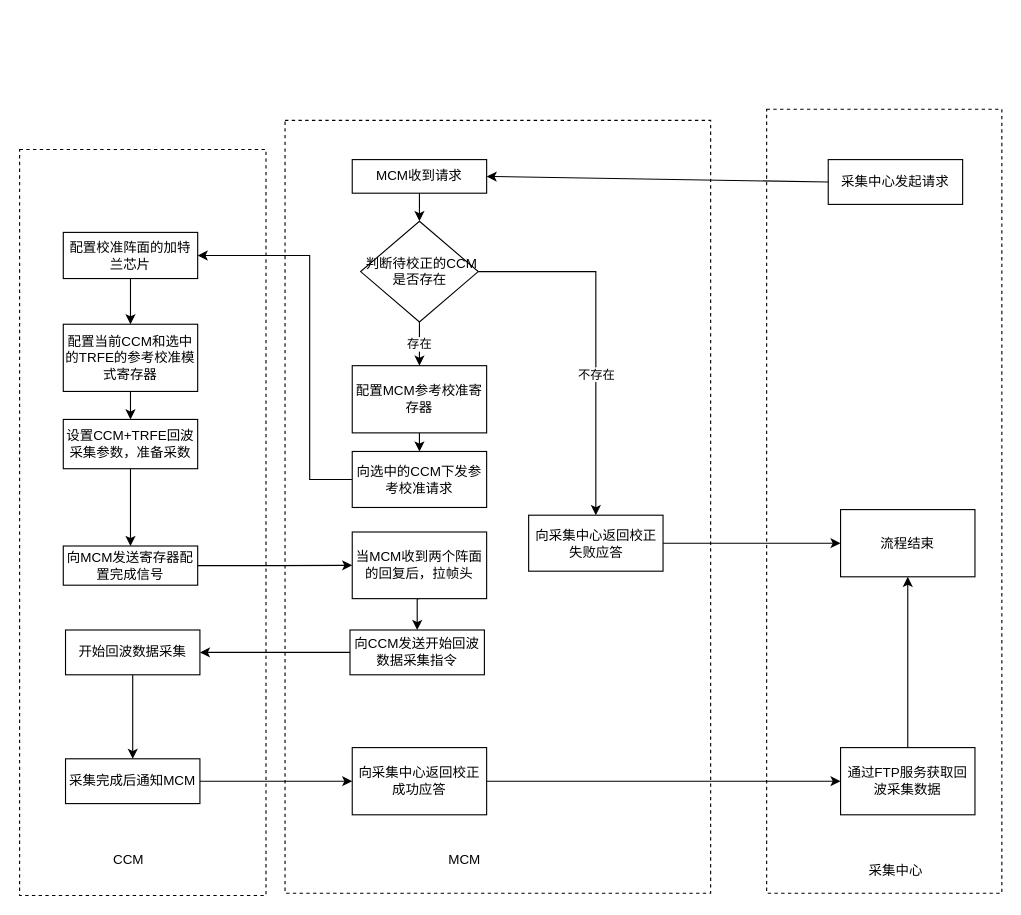
This is Untitled Diagram.drawio from rdmpl/cframe_gui, a draw.io file, before an edit. Source tidied: cells renumbered, new cells numbered last; positions are measured from the earlier drawing's top-left corner, leaving out a move shared by most shapes. Both pictures are drawn from the tidied source at 112%, with x=0, y=0 at pixel (19, 109).
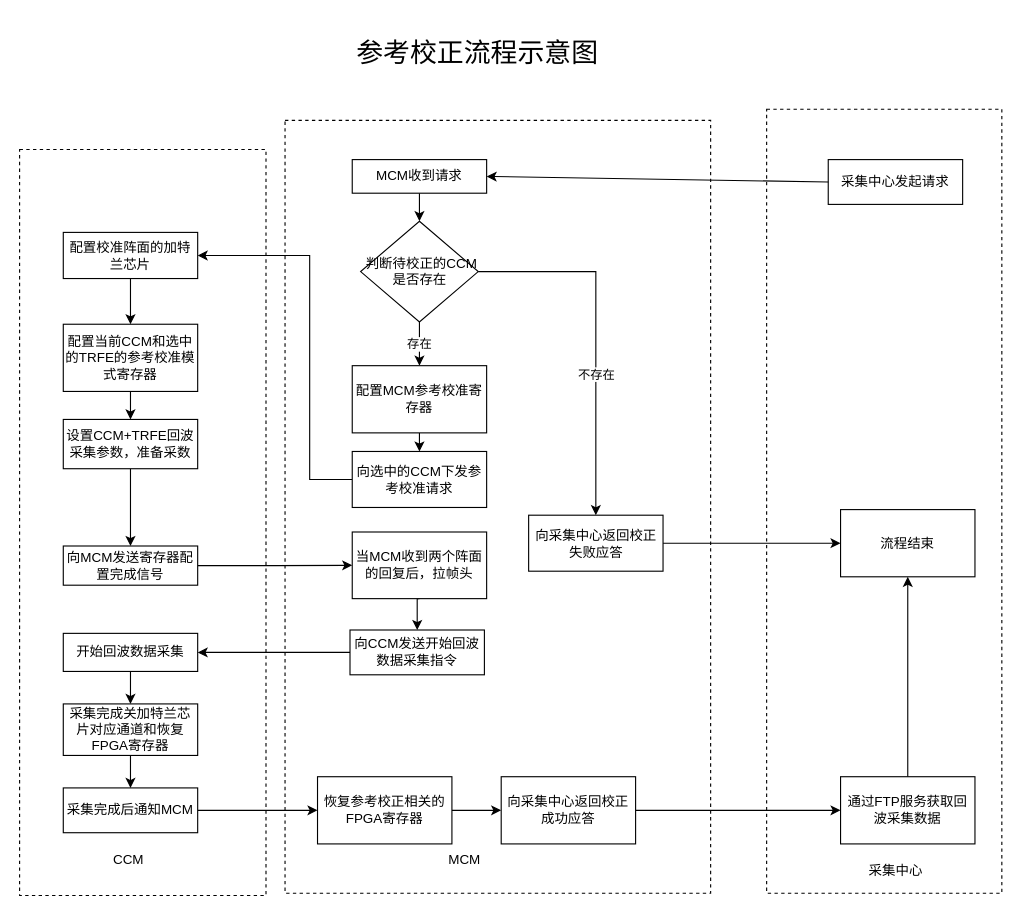
The same diagram, later.

What changed in the source:
```diff
@@
-    <mxCell id="28" style="edgeStyle=orthogonalEdgeStyle;rounded=0;jettySize=auto;html=1;exitX=0.5;exitY=1;exitDx=0;exitDy=0;" parent="1" edge="1" source="29" target="32">
-      <mxGeometry relative="1" as="geometry" />
-    </mxCell>
+    <mxCell id="45" style="edgeStyle=orthogonalEdgeStyle;rounded=0;jettySize=auto;html=1;exitX=0.5;exitY=1;exitDx=0;exitDy=0;entryX=0.5;entryY=0;entryDx=0;entryDy=0;" parent="1" edge="1" source="29" target="48">
+      <mxGeometry relative="1" as="geometry" />
+    </mxCell>
     <mxCell id="29" value="开始回波数据采集" style="rounded=0;whiteSpace=wrap;html=1;shadow=0;glass=0;sketch=0;" parent="1" vertex="1">
-      <mxGeometry x="41" y="465" width="120" height="40" as="geometry" />
+      <mxGeometry x="39" y="468" width="120" height="34" as="geometry" />
     </mxCell>
@@
-    <mxCell id="31" style="edgeStyle=orthogonalEdgeStyle;rounded=0;jettySize=auto;html=1;exitX=1;exitY=0.5;exitDx=0;exitDy=0;entryX=0;entryY=0.5;entryDx=0;entryDy=0;" parent="1" edge="1" source="32" target="35">
-      <mxGeometry relative="1" as="geometry" />
-    </mxCell>
+    <mxCell id="46" style="edgeStyle=orthogonalEdgeStyle;rounded=0;jettySize=auto;html=1;exitX=1;exitY=0.5;exitDx=0;exitDy=0;entryX=0;entryY=0.5;entryDx=0;entryDy=0;" parent="1" edge="1" source="32" target="50">
+      <mxGeometry relative="1" as="geometry" />
+    </mxCell>
     <mxCell id="32" value="采集完成后通知MCM" style="rounded=0;whiteSpace=wrap;html=1;shadow=0;glass=0;sketch=0;" parent="1" vertex="1">
-      <mxGeometry x="41" y="580" width="120" height="40" as="geometry" />
+      <mxGeometry x="39" y="606" width="120" height="40" as="geometry" />
     </mxCell>
@@
     <mxCell id="35" value="向采集中心返回校正成功应答" style="rounded=0;whiteSpace=wrap;html=1;shadow=0;glass=0;sketch=0;" parent="1" vertex="1">
-      <mxGeometry x="297" y="570" width="120" height="60" as="geometry" />
+      <mxGeometry x="430" y="596" width="120" height="60" as="geometry" />
     </mxCell>
@@
     <mxCell id="40" value="通过FTP服务获取回波采集数据" style="rounded=0;whiteSpace=wrap;html=1;" parent="1" vertex="1">
-      <mxGeometry x="733" y="570" width="120" height="60" as="geometry" />
+      <mxGeometry x="733" y="596" width="120" height="60" as="geometry" />
     </mxCell>
@@
+    <mxCell id="47" style="edgeStyle=orthogonalEdgeStyle;rounded=0;jettySize=auto;html=1;exitX=0.5;exitY=1;exitDx=0;exitDy=0;" parent="1" edge="1" source="48" target="32">
+      <mxGeometry relative="1" as="geometry" />
+    </mxCell>
+    <mxCell id="48" value="采集完成关加特兰芯片对应通道和恢复FPGA寄存器" style="rounded=0;whiteSpace=wrap;html=1;" parent="1" vertex="1">
+      <mxGeometry x="39" y="531" width="120" height="46" as="geometry" />
+    </mxCell>
+    <mxCell id="49" style="edgeStyle=orthogonalEdgeStyle;rounded=0;jettySize=auto;html=1;exitX=1;exitY=0.5;exitDx=0;exitDy=0;entryX=0;entryY=0.5;entryDx=0;entryDy=0;" parent="1" edge="1" source="50" target="35">
+      <mxGeometry relative="1" as="geometry" />
+    </mxCell>
+    <mxCell id="50" value="恢复参考校正相关的FPGA寄存器" style="rounded=0;whiteSpace=wrap;html=1;" parent="1" vertex="1">
+      <mxGeometry x="266" y="596" width="120" height="60" as="geometry" />
+    </mxCell>
+    <mxCell id="51" value="&lt;font style=&quot;font-size: 24px&quot;&gt;参考校正流程示意图&lt;/font&gt;" style="rounded=0;whiteSpace=wrap;html=1;strokeColor=none;" parent="1" vertex="1">
+      <mxGeometry x="237" y="-80" width="344" height="60" as="geometry" />
+    </mxCell>
```
